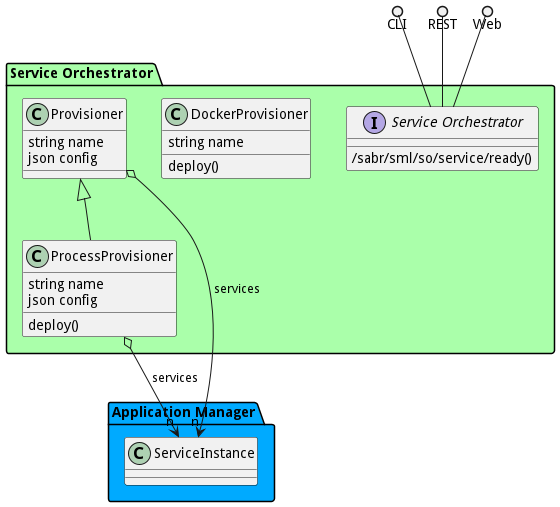
Before: docs/sabr/sml/so/logical.png, a diagram exported from PlantUML (madajaju/sabr).
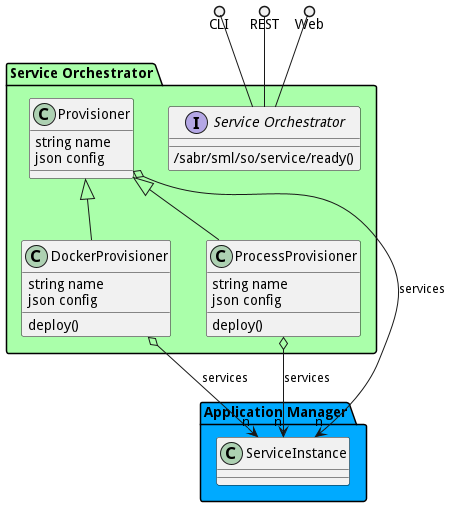
Later version of the same file.

Change to the diagram source:
```diff
@@ -23,9 +23,13 @@
 package "Service Orchestrator" #aaffaa {
         class "DockerProvisioner" {
                  string name
+                 json config
                              deploy()
             }
+                DockerProvisioner o--> "n" ServiceInstance : services
 
+
+        Provisioner <|-- DockerProvisioner
 
     class "ProcessProvisioner" {
                  string name
```
